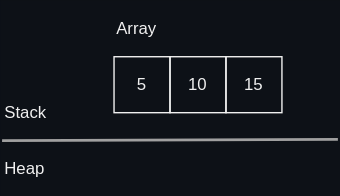
Above: docs/rust/memory_layout/images/array.drawio.svg in htgithub194/self-study (draw.io), before the change. Source tidied: cells renumbered, new cells last; positions are measured from the earlier drawing's top-left corner, leaving out a move shared by most shapes.
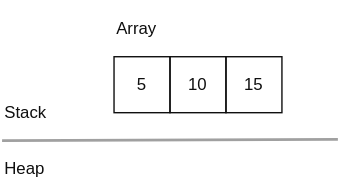
The same diagram one commit later.

Diff of the diagram source:
```diff
@@ -1,23 +1,23 @@
-<mxGraphModel background="#0D1117">
+<mxGraphModel>
   <root>
     <mxCell id="0" />
     <mxCell id="1" parent="0" />
-    <mxCell id="2" value="Array" style="text;html=1;strokeColor=none;fillColor=none;align=left;verticalAlign=middle;whiteSpace=wrap;rounded=0;fontColor=#F0F0F0;" parent="1" vertex="1">
+    <mxCell id="2" value="Array" style="text;html=1;strokeColor=none;fillColor=none;align=left;verticalAlign=middle;whiteSpace=wrap;rounded=0;fontColor=light-dark(#0F0F0F,#F0F0F0);" parent="1" vertex="1">
       <mxGeometry x="80" width="80" height="40" as="geometry" />
     </mxCell>
-    <mxCell id="3" value="5" style="rounded=0;whiteSpace=wrap;html=1;flipH=1;flipV=1;fillColor=none;fontColor=#F0F0F0;strokeColor=#F0F0F0;" parent="1" vertex="1">
+    <mxCell id="3" value="5" style="rounded=0;whiteSpace=wrap;html=1;flipH=1;flipV=1;fillColor=none;fontColor=light-dark(#0F0F0F,#F0F0F0);strokeColor=light-dark(#0F0F0F,#F0F0F0);" parent="1" vertex="1">
       <mxGeometry x="80" y="40" width="40" height="40" as="geometry" />
     </mxCell>
-    <mxCell id="4" value="10" style="rounded=0;whiteSpace=wrap;html=1;flipH=1;flipV=1;fillColor=none;fontColor=#F0F0F0;strokeColor=#F0F0F0;" parent="1" vertex="1">
+    <mxCell id="4" value="10" style="rounded=0;whiteSpace=wrap;html=1;flipH=1;flipV=1;fillColor=none;fontColor=light-dark(#0F0F0F,#F0F0F0);strokeColor=light-dark(#0F0F0F,#F0F0F0);" parent="1" vertex="1">
       <mxGeometry x="120" y="40" width="40" height="40" as="geometry" />
     </mxCell>
-    <mxCell id="5" value="15" style="rounded=0;whiteSpace=wrap;html=1;flipH=1;flipV=1;fillColor=none;fontColor=#F0F0F0;strokeColor=#F0F0F0;" parent="1" vertex="1">
+    <mxCell id="5" value="15" style="rounded=0;whiteSpace=wrap;html=1;flipH=1;flipV=1;fillColor=none;fontColor=light-dark(#0F0F0F,#F0F0F0);strokeColor=light-dark(#0F0F0F,#F0F0F0);" parent="1" vertex="1">
       <mxGeometry x="160" y="40" width="40" height="40" as="geometry" />
     </mxCell>
-    <mxCell id="6" value="Stack" style="text;html=1;strokeColor=none;fillColor=none;align=left;verticalAlign=middle;whiteSpace=wrap;rounded=0;fontColor=#F0F0F0;" parent="1" vertex="1">
+    <mxCell id="6" value="Stack" style="text;html=1;strokeColor=none;fillColor=none;align=left;verticalAlign=middle;whiteSpace=wrap;rounded=0;fontColor=light-dark(#0F0F0F,#F0F0F0);" parent="1" vertex="1">
       <mxGeometry y="60" width="80" height="40" as="geometry" />
     </mxCell>
-    <mxCell id="7" value="Heap" style="text;html=1;strokeColor=none;fillColor=none;align=left;verticalAlign=middle;whiteSpace=wrap;rounded=0;fontColor=#F0F0F0;" parent="1" vertex="1">
+    <mxCell id="7" value="Heap" style="text;html=1;strokeColor=none;fillColor=none;align=left;verticalAlign=middle;whiteSpace=wrap;rounded=0;fontColor=light-dark(#0F0F0F,#F0F0F0);" parent="1" vertex="1">
       <mxGeometry y="100" width="80" height="40" as="geometry" />
     </mxCell>
     <mxCell id="8" style="endArrow=none;html=1;strokeColor=#A0A0A0;strokeWidth=2;fontColor=#F0F0F0;" parent="1" edge="1">
```
